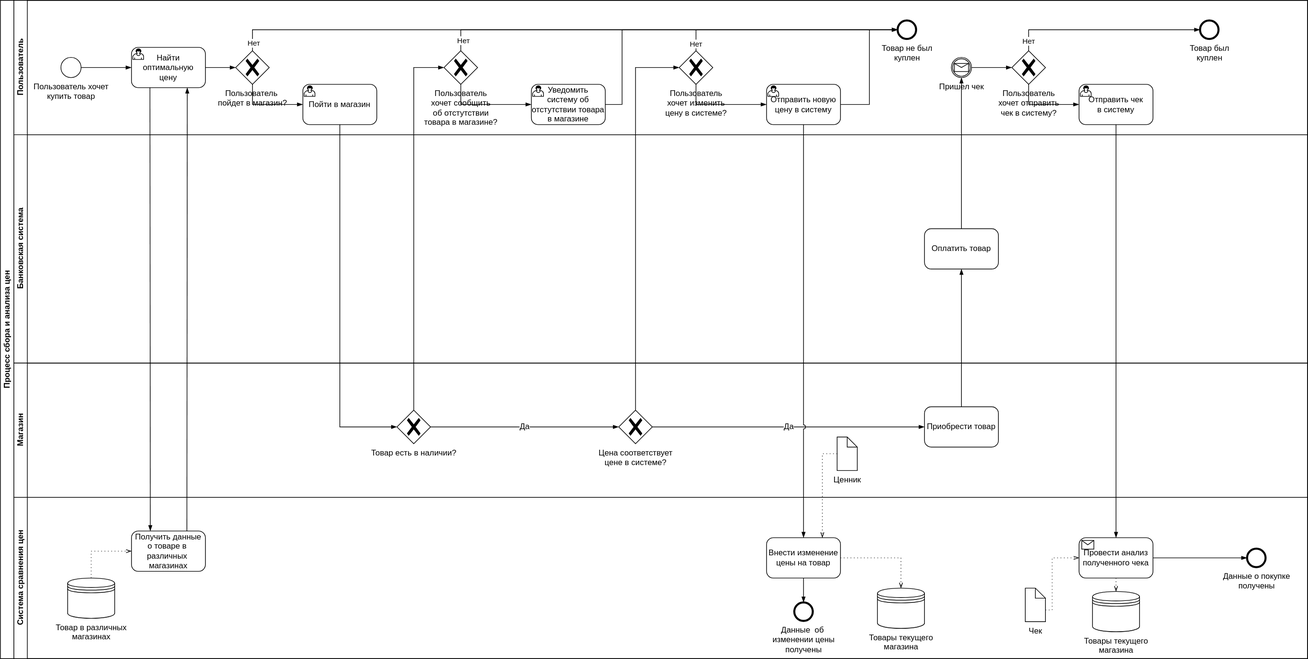
Before: docs/coursework/inc/img/bpmn-system-diag.drawio.svg, a diagram exported from draw.io (nikitalystsev/db_course). Source tidied: cells renumbered, new cells last; positions are measured from the earlier drawing's top-left corner, leaving out a move shared by most shapes.
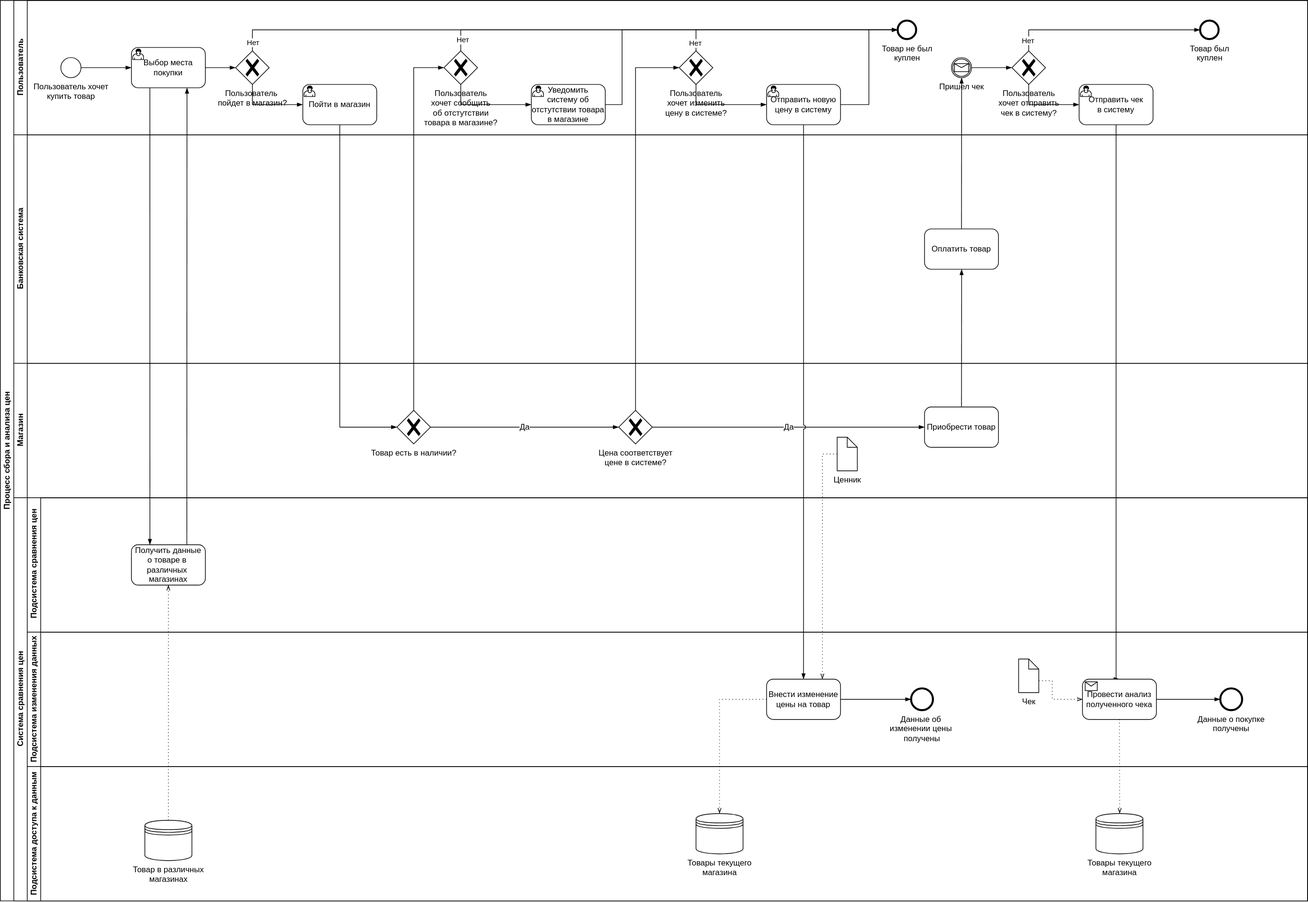
After the commit.

Commit message:
добавил подсистемы в bpmn

Change to the diagram source:
```diff
@@ -3,7 +3,7 @@
     <mxCell id="0" />
     <mxCell id="1" parent="0" />
     <mxCell id="2" value="Процесс сбора и анализа цен" style="swimlane;html=1;horizontal=0;startSize=20;whiteSpace=wrap;labelBackgroundColor=none;" parent="1" vertex="1">
-      <mxGeometry width="1945" height="980" as="geometry" />
+      <mxGeometry width="1945" height="1340" as="geometry" />
     </mxCell>
     <mxCell id="3" value="Пользователь" style="swimlane;html=1;startSize=20;horizontal=0;" parent="2" vertex="1">
       <mxGeometry x="20" width="1925" height="200" as="geometry" />
@@ -11,7 +11,7 @@
     <mxCell id="4" value="Пользователь хочет&lt;div&gt;купить товар&lt;/div&gt;" style="points=[[0.145,0.145,0],[0.5,0,0],[0.855,0.145,0],[1,0.5,0],[0.855,0.855,0],[0.5,1,0],[0.145,0.855,0],[0,0.5,0]];shape=mxgraph.bpmn.event;html=1;verticalLabelPosition=bottom;labelBackgroundColor=none;verticalAlign=top;align=center;perimeter=ellipsePerimeter;outlineConnect=0;outline=standard;symbol=general;" parent="3" vertex="1">
       <mxGeometry x="70" y="85" width="30" height="30" as="geometry" />
     </mxCell>
-    <mxCell id="5" value="Найти оптимальную&lt;div&gt;цену&lt;/div&gt;" style="points=[[0.25,0,0],[0.5,0,0],[0.75,0,0],[1,0.25,0],[1,0.5,0],[1,0.75,0],[0.75,1,0],[0.5,1,0],[0.25,1,0],[0,0.75,0],[0,0.5,0],[0,0.25,0]];shape=mxgraph.bpmn.task;whiteSpace=wrap;rectStyle=rounded;size=10;html=1;taskMarker=user;" parent="3" vertex="1">
+    <mxCell id="5" value="Выбор места покупки" style="points=[[0.25,0,0],[0.5,0,0],[0.75,0,0],[1,0.25,0],[1,0.5,0],[1,0.75,0],[0.75,1,0],[0.5,1,0],[0.25,1,0],[0,0.75,0],[0,0.5,0],[0,0.25,0]];shape=mxgraph.bpmn.task;whiteSpace=wrap;rectStyle=rounded;size=10;html=1;taskMarker=user;" parent="3" vertex="1">
       <mxGeometry x="175" y="70" width="110" height="60" as="geometry" />
     </mxCell>
     <mxCell id="6" style="edgeStyle=elbowEdgeStyle;fontSize=12;html=1;endArrow=blockThin;endFill=1;rounded=0;exitX=1;exitY=0.5;exitDx=0;exitDy=0;exitPerimeter=0;entryX=0;entryY=0.5;entryDx=0;entryDy=0;entryPerimeter=0;" parent="3" edge="1" source="4" target="5">
@@ -212,64 +212,73 @@
       </mxGeometry>
     </mxCell>
     <mxCell id="53" value="Система сравнения цен" style="swimlane;html=1;startSize=20;horizontal=0;" parent="2" vertex="1">
-      <mxGeometry x="20" y="740" width="1925" height="240" as="geometry" />
+      <mxGeometry x="20" y="740" width="1925" height="600" as="geometry" />
     </mxCell>
+    <mxCell id="69" value="&amp;nbsp;Подсистема сравнения цен" style="swimlane;startSize=20;horizontal=0;html=1;whiteSpace=wrap;" parent="53" vertex="1">
+      <mxGeometry x="20" width="1905" height="200" as="geometry" />
+    </mxCell>
-    <mxCell id="54" value="Получить данные&lt;div&gt;о товаре в&amp;nbsp;&lt;/div&gt;&lt;div&gt;различных&amp;nbsp; магазинах&lt;/div&gt;" style="points=[[0.25,0,0],[0.5,0,0],[0.75,0,0],[1,0.25,0],[1,0.5,0],[1,0.75,0],[0.75,1,0],[0.5,1,0],[0.25,1,0],[0,0.75,0],[0,0.5,0],[0,0.25,0]];shape=mxgraph.bpmn.task;whiteSpace=wrap;rectStyle=rounded;size=10;html=1;taskMarker=abstract;" parent="53" vertex="1">
-      <mxGeometry x="175" y="50" width="110" height="60" as="geometry" />
+    <mxCell id="54" value="Получить данные&lt;div&gt;о товаре в&amp;nbsp;&lt;/div&gt;&lt;div&gt;различных&amp;nbsp; магазинах&lt;/div&gt;" style="points=[[0.25,0,0],[0.5,0,0],[0.75,0,0],[1,0.25,0],[1,0.5,0],[1,0.75,0],[0.75,1,0],[0.5,1,0],[0.25,1,0],[0,0.75,0],[0,0.5,0],[0,0.25,0]];shape=mxgraph.bpmn.task;whiteSpace=wrap;rectStyle=rounded;size=10;html=1;taskMarker=abstract;" parent="69" vertex="1">
+      <mxGeometry x="155" y="70" width="110" height="60" as="geometry" />
     </mxCell>
-    <mxCell id="55" value="Товар в различных&lt;div&gt;магазинах&lt;/div&gt;" style="shape=datastore;html=1;labelPosition=center;verticalLabelPosition=bottom;align=center;verticalAlign=top;" parent="53" vertex="1">
-      <mxGeometry x="80" y="120" width="70" height="60" as="geometry" />
-    </mxCell>
-    <mxCell id="56" style="edgeStyle=elbowEdgeStyle;fontSize=12;html=1;endFill=0;startFill=0;endSize=6;startSize=6;dashed=1;dashPattern=1 4;endArrow=openThin;startArrow=none;rounded=0;exitX=0.5;exitY=0;exitDx=0;exitDy=0;entryX=0;entryY=0.5;entryDx=0;entryDy=0;entryPerimeter=0;" parent="53" edge="1" source="55" target="54">
-      <mxGeometry relative="1" as="geometry">
-        <Array as="points">
-          <mxPoint x="115" y="80" />
-        </Array>
-      </mxGeometry>
-    </mxCell>
-    <mxCell id="57" value="Внести изменение цены на товар" style="points=[[0.25,0,0],[0.5,0,0],[0.75,0,0],[1,0.25,0],[1,0.5,0],[1,0.75,0],[0.75,1,0],[0.5,1,0],[0.25,1,0],[0,0.75,0],[0,0.5,0],[0,0.25,0]];shape=mxgraph.bpmn.task;whiteSpace=wrap;rectStyle=rounded;size=10;html=1;taskMarker=abstract;" parent="53" vertex="1">
-      <mxGeometry x="1120" y="60" width="110" height="60" as="geometry" />
-    </mxCell>
-    <mxCell id="58" value="Товары текущего&lt;div&gt;магазина&lt;/div&gt;" style="shape=datastore;html=1;labelPosition=center;verticalLabelPosition=bottom;align=center;verticalAlign=top;" parent="53" vertex="1">
-      <mxGeometry x="1285" y="135" width="70" height="60" as="geometry" />
-    </mxCell>
-    <mxCell id="59" style="edgeStyle=elbowEdgeStyle;fontSize=12;html=1;endFill=0;startFill=0;endSize=6;startSize=6;dashed=1;dashPattern=1 4;endArrow=openThin;startArrow=none;rounded=0;exitX=1;exitY=0.5;exitDx=0;exitDy=0;exitPerimeter=0;entryX=0.5;entryY=0;entryDx=0;entryDy=0;" parent="53" edge="1" source="57" target="58">
-      <mxGeometry relative="1" as="geometry">
-        <Array as="points">
-          <mxPoint x="1320" y="110" />
-        </Array>
-      </mxGeometry>
-    </mxCell>
+    <mxCell id="70" value="Подсистема изменения данных" style="swimlane;startSize=20;horizontal=0;html=1;whiteSpace=wrap;" parent="53" vertex="1">
+      <mxGeometry x="20" y="200" width="1905" height="200" as="geometry" />
+    </mxCell>
-    <mxCell id="60" value="Провести анализ полученного чека" style="points=[[0.25,0,0],[0.5,0,0],[0.75,0,0],[1,0.25,0],[1,0.5,0],[1,0.75,0],[0.75,1,0],[0.5,1,0],[0.25,1,0],[0,0.75,0],[0,0.5,0],[0,0.25,0]];shape=mxgraph.bpmn.task;whiteSpace=wrap;rectStyle=rounded;size=10;html=1;taskMarker=receive;" parent="53" vertex="1">
-      <mxGeometry x="1585" y="60" width="110" height="60" as="geometry" />
+    <mxCell id="60" value="Провести анализ полученного чека" style="points=[[0.25,0,0],[0.5,0,0],[0.75,0,0],[1,0.25,0],[1,0.5,0],[1,0.75,0],[0.75,1,0],[0.5,1,0],[0.25,1,0],[0,0.75,0],[0,0.5,0],[0,0.25,0]];shape=mxgraph.bpmn.task;whiteSpace=wrap;rectStyle=rounded;size=10;html=1;taskMarker=receive;" parent="70" vertex="1">
+      <mxGeometry x="1570" y="70" width="110" height="60" as="geometry" />
     </mxCell>
-    <mxCell id="61" value="Чек" style="shape=mxgraph.bpmn.data;labelPosition=center;verticalLabelPosition=bottom;align=center;verticalAlign=top;size=15;html=1;" parent="53" vertex="1">
-      <mxGeometry x="1505" y="135" width="30" height="50" as="geometry" />
+    <mxCell id="61" value="Чек" style="shape=mxgraph.bpmn.data;labelPosition=center;verticalLabelPosition=bottom;align=center;verticalAlign=top;size=15;html=1;" parent="70" vertex="1">
+      <mxGeometry x="1475" y="40" width="30" height="50" as="geometry" />
     </mxCell>
-    <mxCell id="62" style="edgeStyle=elbowEdgeStyle;fontSize=12;html=1;endFill=0;startFill=0;endSize=6;startSize=6;dashed=1;dashPattern=1 4;endArrow=openThin;startArrow=none;rounded=0;exitX=0;exitY=0;exitDx=30;exitDy=32.5;exitPerimeter=0;entryX=0;entryY=0.5;entryDx=0;entryDy=0;entryPerimeter=0;" parent="53" edge="1" source="61" target="60">
+    <mxCell id="62" style="edgeStyle=elbowEdgeStyle;fontSize=12;html=1;endFill=0;startFill=0;endSize=6;startSize=6;dashed=1;dashPattern=1 4;endArrow=openThin;startArrow=none;rounded=0;exitX=0;exitY=0;exitDx=30;exitDy=32.5;exitPerimeter=0;entryX=0;entryY=0.5;entryDx=0;entryDy=0;entryPerimeter=0;" parent="70" edge="1" source="61" target="60">
       <mxGeometry relative="1" as="geometry">
         <Array as="points">
-          <mxPoint x="1545" y="130" />
+          <mxPoint x="1525" y="110" />
         </Array>
       </mxGeometry>
     </mxCell>
-    <mxCell id="63" value="Товары текущего&lt;div&gt;магазина&lt;/div&gt;" style="shape=datastore;html=1;labelPosition=center;verticalLabelPosition=bottom;align=center;verticalAlign=top;" parent="53" vertex="1">
-      <mxGeometry x="1605" y="140" width="70" height="60" as="geometry" />
-    </mxCell>
-    <mxCell id="64" style="edgeStyle=elbowEdgeStyle;fontSize=12;html=1;endFill=0;startFill=0;endSize=6;startSize=6;dashed=1;dashPattern=1 4;endArrow=openThin;startArrow=none;rounded=0;exitX=0.5;exitY=1;exitDx=0;exitDy=0;exitPerimeter=0;entryX=0.5;entryY=0;entryDx=0;entryDy=0;" parent="53" edge="1" source="60" target="63">
-      <mxGeometry relative="1" as="geometry" />
-    </mxCell>
-    <mxCell id="65" value="Данные о покупке&lt;div&gt;получены&lt;/div&gt;" style="points=[[0.145,0.145,0],[0.5,0,0],[0.855,0.145,0],[1,0.5,0],[0.855,0.855,0],[0.5,1,0],[0.145,0.855,0],[0,0.5,0]];shape=mxgraph.bpmn.event;html=1;verticalLabelPosition=bottom;labelBackgroundColor=none;verticalAlign=top;align=center;perimeter=ellipsePerimeter;outlineConnect=0;outline=end;symbol=terminate2;" parent="53" vertex="1">
-      <mxGeometry x="1835" y="76.2" width="27.5" height="27.5" as="geometry" />
+    <mxCell id="65" value="Данные о покупке&lt;div&gt;получены&lt;/div&gt;" style="points=[[0.145,0.145,0],[0.5,0,0],[0.855,0.145,0],[1,0.5,0],[0.855,0.855,0],[0.5,1,0],[0.145,0.855,0],[0,0.5,0]];shape=mxgraph.bpmn.event;html=1;verticalLabelPosition=bottom;labelBackgroundColor=none;verticalAlign=top;align=center;perimeter=ellipsePerimeter;outlineConnect=0;outline=end;symbol=terminate2;" parent="70" vertex="1">
+      <mxGeometry x="1775" y="83.8" width="32.5" height="32.5" as="geometry" />
     </mxCell>
-    <mxCell id="66" style="edgeStyle=elbowEdgeStyle;fontSize=12;html=1;endArrow=blockThin;endFill=1;rounded=0;exitX=1;exitY=0.5;exitDx=0;exitDy=0;exitPerimeter=0;entryX=0;entryY=0.5;entryDx=0;entryDy=0;entryPerimeter=0;" parent="53" edge="1" source="60" target="65">
+    <mxCell id="66" style="edgeStyle=elbowEdgeStyle;fontSize=12;html=1;endArrow=blockThin;endFill=1;rounded=0;exitX=1;exitY=0.5;exitDx=0;exitDy=0;exitPerimeter=0;entryX=0;entryY=0.5;entryDx=0;entryDy=0;entryPerimeter=0;" parent="70" edge="1" source="60" target="65">
       <mxGeometry relative="1" as="geometry" />
     </mxCell>
+    <mxCell id="57" value="Внести изменение цены на товар" style="points=[[0.25,0,0],[0.5,0,0],[0.75,0,0],[1,0.25,0],[1,0.5,0],[1,0.75,0],[0.75,1,0],[0.5,1,0],[0.25,1,0],[0,0.75,0],[0,0.5,0],[0,0.25,0]];shape=mxgraph.bpmn.task;whiteSpace=wrap;rectStyle=rounded;size=10;html=1;taskMarker=abstract;" parent="70" vertex="1">
+      <mxGeometry x="1100" y="70" width="110" height="60" as="geometry" />
+    </mxCell>
+    <mxCell id="68" style="edgeStyle=elbowEdgeStyle;fontSize=12;html=1;endArrow=blockThin;endFill=1;rounded=0;exitX=1;exitY=0.5;exitDx=0;exitDy=0;exitPerimeter=0;entryX=0;entryY=0.5;entryDx=0;entryDy=0;entryPerimeter=0;" parent="70" edge="1" source="57" target="67">
+      <mxGeometry relative="1" as="geometry" />
+    </mxCell>
-    <mxCell id="67" value="Данные&amp;nbsp; об&amp;nbsp;&lt;div&gt;изменении цены&lt;/div&gt;&lt;div&gt;получены&lt;/div&gt;" style="points=[[0.145,0.145,0],[0.5,0,0],[0.855,0.145,0],[1,0.5,0],[0.855,0.855,0],[0.5,1,0],[0.145,0.855,0],[0,0.5,0]];shape=mxgraph.bpmn.event;html=1;verticalLabelPosition=bottom;labelBackgroundColor=none;verticalAlign=top;align=center;perimeter=ellipsePerimeter;outlineConnect=0;outline=end;symbol=terminate2;" parent="53" vertex="1">
-      <mxGeometry x="1161.2" y="156.2" width="27.5" height="27.5" as="geometry" />
+    <mxCell id="67" value="Данные об&amp;nbsp;&lt;div&gt;изменении цены&amp;nbsp;&lt;/div&gt;&lt;div&gt;получены&lt;/div&gt;" style="points=[[0.145,0.145,0],[0.5,0,0],[0.855,0.145,0],[1,0.5,0],[0.855,0.855,0],[0.5,1,0],[0.145,0.855,0],[0,0.5,0]];shape=mxgraph.bpmn.event;html=1;verticalLabelPosition=bottom;labelBackgroundColor=none;verticalAlign=top;align=center;perimeter=ellipsePerimeter;outlineConnect=0;outline=end;symbol=terminate2;" parent="70" vertex="1">
+      <mxGeometry x="1315" y="83.8" width="32.5" height="32.5" as="geometry" />
     </mxCell>
-    <mxCell id="68" style="edgeStyle=elbowEdgeStyle;fontSize=12;html=1;endArrow=blockThin;endFill=1;rounded=0;exitX=0.5;exitY=1;exitDx=0;exitDy=0;exitPerimeter=0;entryX=0.5;entryY=0;entryDx=0;entryDy=0;entryPerimeter=0;" parent="53" edge="1" source="57" target="67">
-      <mxGeometry relative="1" as="geometry" />
-    </mxCell>
+    <mxCell id="71" value="Подсистема доступа к данным" style="swimlane;startSize=20;horizontal=0;html=1;whiteSpace=wrap;" parent="1" vertex="1">
+      <mxGeometry x="40" y="1140" width="1905" height="200" as="geometry" />
+    </mxCell>
+    <mxCell id="63" value="Товары текущего&lt;div&gt;магазина&lt;/div&gt;" style="shape=datastore;html=1;labelPosition=center;verticalLabelPosition=bottom;align=center;verticalAlign=top;" parent="71" vertex="1">
+      <mxGeometry x="1590" y="70" width="70" height="60" as="geometry" />
+    </mxCell>
+    <mxCell id="55" value="Товар в различных&lt;div&gt;магазинах&lt;/div&gt;" style="shape=datastore;html=1;labelPosition=center;verticalLabelPosition=bottom;align=center;verticalAlign=top;" parent="71" vertex="1">
+      <mxGeometry x="175" y="80" width="70" height="60" as="geometry" />
+    </mxCell>
+    <mxCell id="58" value="Товары текущего&lt;div&gt;магазина&lt;/div&gt;" style="shape=datastore;html=1;labelPosition=center;verticalLabelPosition=bottom;align=center;verticalAlign=top;" parent="71" vertex="1">
+      <mxGeometry x="995" y="70" width="70" height="60" as="geometry" />
+    </mxCell>
+    <mxCell id="64" style="edgeStyle=elbowEdgeStyle;fontSize=12;html=1;endFill=0;startFill=0;endSize=6;startSize=6;dashed=1;dashPattern=1 4;endArrow=openThin;startArrow=none;rounded=0;exitX=0.5;exitY=1;exitDx=0;exitDy=0;exitPerimeter=0;entryX=0.5;entryY=0;entryDx=0;entryDy=0;" parent="1" edge="1" source="60" target="63">
+      <mxGeometry relative="1" as="geometry" />
+    </mxCell>
+    <mxCell id="56" style="edgeStyle=elbowEdgeStyle;fontSize=12;html=1;endFill=0;startFill=0;endSize=6;startSize=6;dashed=1;dashPattern=1 4;endArrow=openThin;startArrow=none;rounded=0;exitX=0.5;exitY=0;exitDx=0;exitDy=0;entryX=0.5;entryY=1;entryDx=0;entryDy=0;entryPerimeter=0;" parent="1" edge="1" source="55" target="54">
+      <mxGeometry relative="1" as="geometry">
+        <Array as="points">
+          <mxPoint x="250" y="1040" />
+        </Array>
+      </mxGeometry>
+    </mxCell>
+    <mxCell id="59" style="edgeStyle=elbowEdgeStyle;fontSize=12;html=1;endFill=0;startFill=0;endSize=6;startSize=6;dashed=1;dashPattern=1 4;endArrow=openThin;startArrow=none;rounded=0;exitX=0;exitY=0.5;exitDx=0;exitDy=0;exitPerimeter=0;entryX=0.5;entryY=0;entryDx=0;entryDy=0;" parent="1" edge="1" source="57" target="58">
+      <mxGeometry relative="1" as="geometry">
+        <Array as="points">
+          <mxPoint x="1070" y="1120" />
+        </Array>
+      </mxGeometry>
+    </mxCell>
   </root>
 </mxGraphModel>
```
